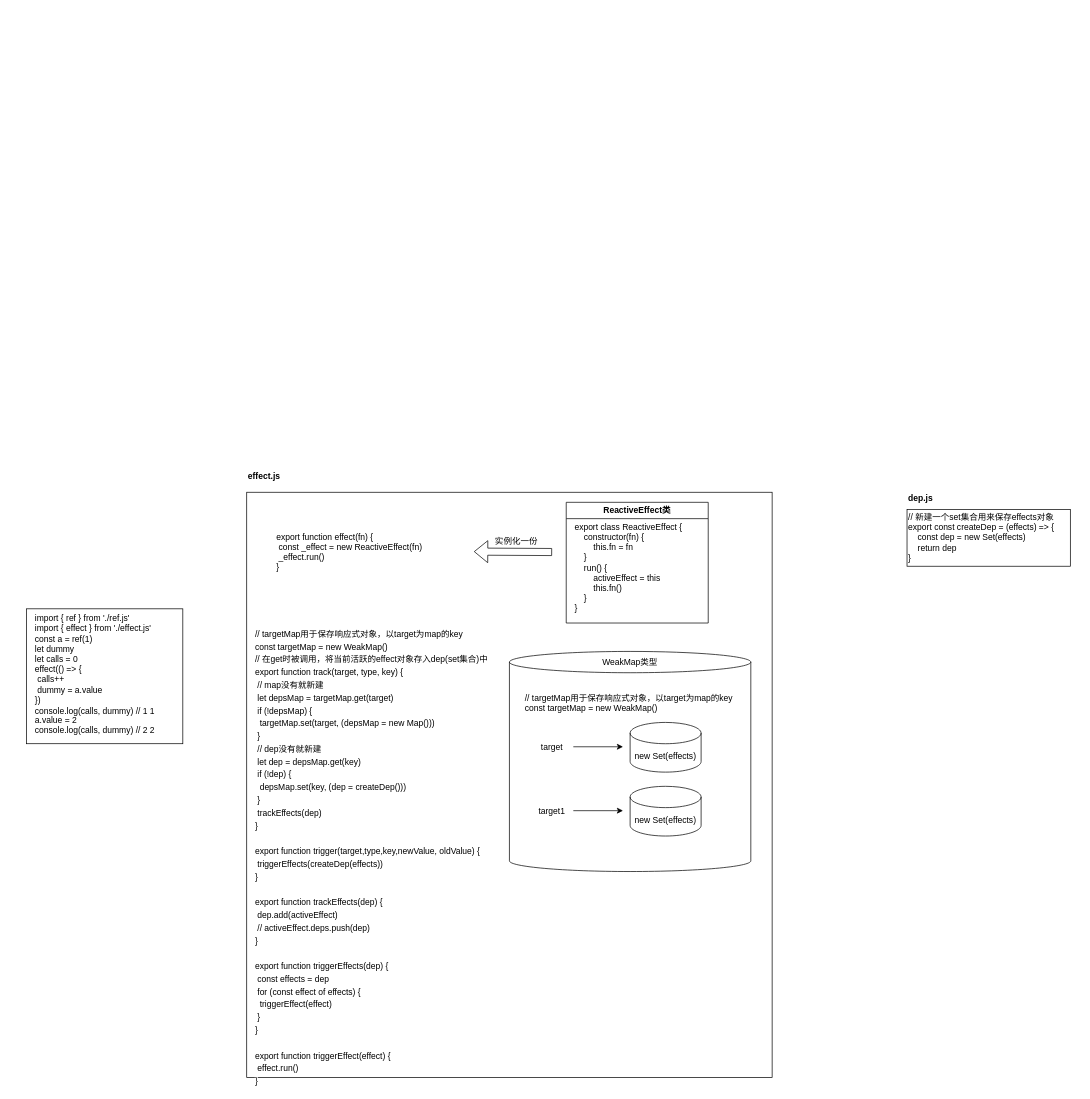
Above: reactivity/Untitled Diagram.drawio in hu-ke/vue-sourcecode-analyze (draw.io), before the change. Source tidied: cells renumbered, new cells numbered last; positions are measured from the earlier drawing's top-left corner, leaving out a move shared by most shapes. Both pictures are drawn from the tidied source at 71%, with x=0, y=0 at pixel (26, 459).
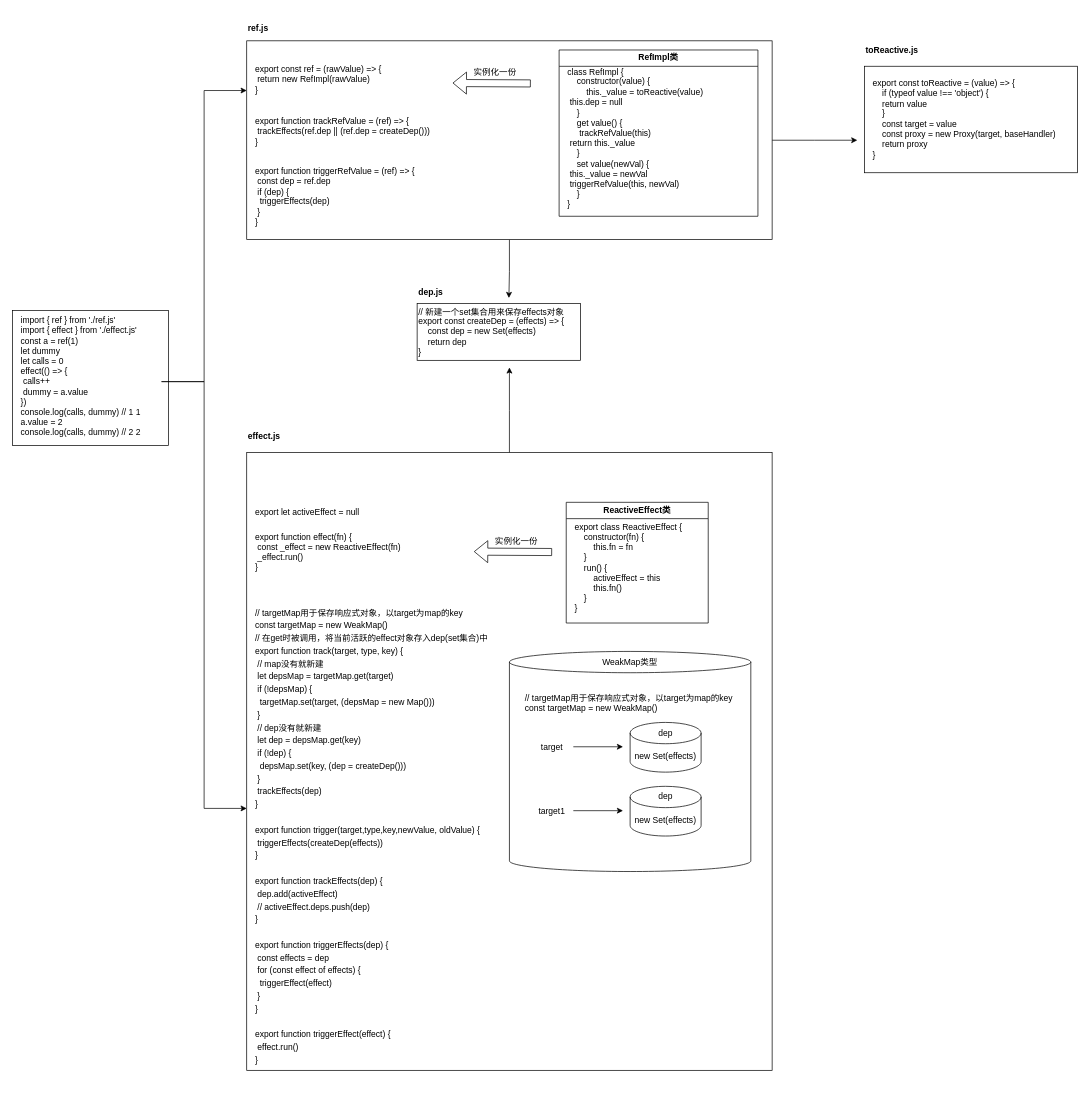
The same page after the edit.

The change refers to these unchanged cells:
```xml
<mxCell id="8" value="&lt;div data-lake_diagram_content_editor_data=&quot;true&quot;&gt;&lt;div&gt;// 新建一个set集合用来保存effects对象&lt;/div&gt;export const createDep = (effects) =&amp;gt; {&lt;div&gt;&amp;nbsp; &amp;nbsp; const dep = new Set(effects)&lt;/div&gt;&lt;div&gt;&amp;nbsp; &amp;nbsp; return dep&lt;/div&gt;&lt;div&gt;}&lt;/div&gt;&lt;/div&gt;" style="text;strokeColor=none;align=left;fillColor=none;html=1;verticalAlign=middle;whiteSpace=wrap;rounded=0;" parent="7" vertex="1">
  <mxGeometry y="30" width="230" height="80" as="geometry" />
</mxCell>
<mxCell id="19" style="group;" parent="17" vertex="1">
  <mxGeometry x="10" y="100" width="240" height="70" as="geometry" />
</mxCell>
<mxCell id="23" style="group;" parent="17" vertex="1">
  <mxGeometry x="10" y="190" width="240" height="70" as="geometry" />
</mxCell>
```

What changed in the source:
```diff
@@
+    <mxCell id="31" style="edgeStyle=orthogonalEdgeStyle;rounded=0;jettySize=auto;html=1;fontFamily=Helvetica;fontColor=#000000;" parent="1" edge="1" source="2">
+      <mxGeometry relative="1" as="geometry">
+        <mxPoint x="680" y="-130" as="targetPoint" />
+      </mxGeometry>
+    </mxCell>
     <mxCell id="2" style="rounded=0;whiteSpace=wrap;html=1;" parent="1" vertex="1">
-      <mxGeometry x="310" y="45.8" width="740" height="824.2" as="geometry" />
+      <mxGeometry x="310" y="-10" width="740" height="870" as="geometry" />
     </mxCell>
     <mxCell id="3" value="effect.js" style="text;strokeColor=none;align=left;fillColor=none;html=1;verticalAlign=middle;whiteSpace=wrap;rounded=0;fontStyle=1;" parent="1" vertex="1">
-      <mxGeometry x="310" width="87" height="45.8" as="geometry" />
+      <mxGeometry x="310" y="-55.8" width="87" height="45.8" as="geometry" />
     </mxCell>
     <mxCell id="4" style="group;" parent="1" vertex="1">
-      <mxGeometry x="1240" y="40" width="230" height="110" as="geometry" />
+      <mxGeometry x="550" y="-250" width="230" height="110" as="geometry" />
     </mxCell>
@@
     <mxCell id="10" value="&lt;div style=&quot;line-height: 18px;&quot;&gt;&lt;span style=&quot;background-color: rgb(255, 255, 255);&quot;&gt;// targetMap用于保存响应式对象，以target为map的key&lt;br&gt;&lt;/span&gt;&lt;div style=&quot;&quot;&gt;&lt;span style=&quot;background-color: rgb(255, 255, 255);&quot;&gt;const targetMap = new WeakMap()&lt;/span&gt;&lt;/div&gt;&lt;div style=&quot;&quot;&gt;&lt;span style=&quot;background-color: rgb(255, 255, 255);&quot;&gt;// 在get时被调用，将当前活跃的effect对象存入dep(set集合)中&lt;/span&gt;&lt;/div&gt;&lt;div style=&quot;&quot;&gt;&lt;span style=&quot;background-color: rgb(255, 255, 255);&quot;&gt;export function track(target, type, key) {&lt;/span&gt;&lt;/div&gt;&lt;div style=&quot;&quot;&gt;&lt;span style=&quot;background-color: rgb(255, 255, 255);&quot;&gt;&lt;span style=&quot;white-space: pre;&quot;&gt; &lt;/span&gt;// map没有就新建&lt;br&gt;&lt;/span&gt;&lt;/div&gt;&lt;div style=&quot;&quot;&gt;    &lt;span style=&quot;background-color: rgb(255, 255, 255);&quot;&gt;&lt;span style=&quot;white-space: pre;&quot;&gt; &lt;/span&gt;let depsMap = targetMap.get(target)&lt;/span&gt;&lt;/div&gt;&lt;div style=&quot;&quot;&gt;    &lt;span style=&quot;background-color: rgb(255, 255, 255);&quot;&gt;&lt;span style=&quot;white-space: pre;&quot;&gt; &lt;/span&gt;if (!depsMap) {&lt;/span&gt;&lt;/div&gt;&lt;div style=&quot;&quot;&gt;        &lt;span style=&quot;background-color: rgb(255, 255, 255);&quot;&gt;&lt;span style=&quot;white-space: pre;&quot;&gt; &lt;/span&gt;&lt;span style=&quot;white-space: pre;&quot;&gt; &lt;/span&gt;targetMap.set(target, (depsMap = new Map()))&lt;/span&gt;&lt;/div&gt;&lt;div style=&quot;&quot;&gt;&lt;span style=&quot;background-color: rgb(255, 255, 255);&quot;&gt;    &lt;span style=&quot;white-space: pre;&quot;&gt; &lt;/span&gt;}&lt;/span&gt;&lt;/div&gt;&lt;div style=&quot;&quot;&gt;&lt;span style=&quot;background-color: rgb(255, 255, 255);&quot;&gt;&lt;span style=&quot;white-space: pre;&quot;&gt; &lt;/span&gt;// dep没有就新建&lt;/span&gt;&lt;/div&gt;&lt;div style=&quot;&quot;&gt;    &lt;span style=&quot;background-color: rgb(255, 255, 255);&quot;&gt;&lt;span style=&quot;white-space: pre;&quot;&gt; &lt;/span&gt;let dep = depsMap.get(key)&lt;/span&gt;&lt;/div&gt;&lt;div style=&quot;&quot;&gt;    &lt;span style=&quot;background-color: rgb(255, 255, 255);&quot;&gt;&lt;span style=&quot;white-space: pre;&quot;&gt; &lt;/span&gt;if (!dep) {&lt;/span&gt;&lt;/div&gt;&lt;div style=&quot;&quot;&gt;        &lt;span style=&quot;background-color: rgb(255, 255, 255);&quot;&gt;&lt;span style=&quot;white-space: pre;&quot;&gt; &lt;/span&gt;&lt;span style=&quot;white-space: pre;&quot;&gt; &lt;/span&gt;depsMap.set(key, (dep = createDep()))&lt;/span&gt;&lt;/div&gt;&lt;div style=&quot;&quot;&gt;&lt;span style=&quot;background-color: rgb(255, 255, 255);&quot;&gt;    &lt;span style=&quot;white-space: pre;&quot;&gt; &lt;/span&gt;}&lt;/span&gt;&lt;/div&gt;&lt;div style=&quot;&quot;&gt;    &lt;span style=&quot;background-color: rgb(255, 255, 255);&quot;&gt;&lt;span style=&quot;white-space: pre;&quot;&gt; &lt;/span&gt;trackEffects(dep)&lt;/span&gt;&lt;/div&gt;&lt;div style=&quot;&quot;&gt;&lt;span style=&quot;background-color: rgb(255, 255, 255);&quot;&gt;}&lt;/span&gt;&lt;/div&gt;&lt;span style=&quot;background-color: rgb(255, 255, 255);&quot;&gt;&lt;br&gt;&lt;/span&gt;&lt;div style=&quot;&quot;&gt;&lt;span style=&quot;background-color: rgb(255, 255, 255);&quot;&gt;export function trigger(target,type,key,newValue, oldValue) {&lt;/span&gt;&lt;/div&gt;&lt;div style=&quot;&quot;&gt;    &lt;span style=&quot;background-color: rgb(255, 255, 255);&quot;&gt;&lt;span style=&quot;white-space: pre;&quot;&gt; &lt;/span&gt;triggerEffects(createDep(effects))&lt;/span&gt;&lt;/div&gt;&lt;div style=&quot;&quot;&gt;&lt;span style=&quot;background-color: rgb(255, 255, 255);&quot;&gt;}&lt;/span&gt;&lt;/div&gt;&lt;span style=&quot;background-color: rgb(255, 255, 255);&quot;&gt;&lt;br&gt;&lt;/span&gt;&lt;div style=&quot;&quot;&gt;&lt;span style=&quot;background-color: rgb(255, 255, 255);&quot;&gt;export function trackEffects(dep) {&lt;/span&gt;&lt;/div&gt;&lt;div style=&quot;&quot;&gt;    &lt;span style=&quot;background-color: rgb(255, 255, 255);&quot;&gt;&lt;span style=&quot;white-space: pre;&quot;&gt; &lt;/span&gt;dep.add(activeEffect)&lt;/span&gt;&lt;/div&gt;&lt;div style=&quot;&quot;&gt;    &lt;span style=&quot;background-color: rgb(255, 255, 255);&quot;&gt;&lt;span style=&quot;white-space: pre;&quot;&gt; &lt;/span&gt;// activeEffect.deps.push(dep)&lt;/span&gt;&lt;/div&gt;&lt;div style=&quot;&quot;&gt;&lt;span style=&quot;background-color: rgb(255, 255, 255);&quot;&gt;}&lt;/span&gt;&lt;/div&gt;&lt;span style=&quot;background-color: rgb(255, 255, 255);&quot;&gt;&lt;br&gt;&lt;/span&gt;&lt;div style=&quot;&quot;&gt;&lt;span style=&quot;background-color: rgb(255, 255, 255);&quot;&gt;export function triggerEffects(dep) {&lt;/span&gt;&lt;/div&gt;&lt;div style=&quot;&quot;&gt;    &lt;span style=&quot;background-color: rgb(255, 255, 255);&quot;&gt;&lt;span style=&quot;white-space: pre;&quot;&gt; &lt;/span&gt;const effects = dep&lt;/span&gt;&lt;/div&gt;&lt;div style=&quot;&quot;&gt;    &lt;span style=&quot;background-color: rgb(255, 255, 255);&quot;&gt;&lt;span style=&quot;white-space: pre;&quot;&gt; &lt;/span&gt;for (const effect of effects) {&lt;/span&gt;&lt;/div&gt;&lt;div style=&quot;&quot;&gt;        &lt;span style=&quot;background-color: rgb(255, 255, 255);&quot;&gt;&lt;span style=&quot;white-space: pre;&quot;&gt; &lt;/span&gt;&lt;span style=&quot;white-space: pre;&quot;&gt; &lt;/span&gt;triggerEffect(effect)&lt;/span&gt;&lt;/div&gt;&lt;div style=&quot;&quot;&gt;&lt;span style=&quot;background-color: rgb(255, 255, 255);&quot;&gt;    &lt;span style=&quot;white-space: pre;&quot;&gt; &lt;/span&gt;}&lt;/span&gt;&lt;/div&gt;&lt;div style=&quot;&quot;&gt;&lt;span style=&quot;background-color: rgb(255, 255, 255);&quot;&gt;}&lt;/span&gt;&lt;/div&gt;&lt;span style=&quot;background-color: rgb(255, 255, 255);&quot;&gt;&lt;br&gt;&lt;/span&gt;&lt;div style=&quot;&quot;&gt;&lt;span style=&quot;background-color: rgb(255, 255, 255);&quot;&gt;export function triggerEffect(effect) {&lt;/span&gt;&lt;/div&gt;&lt;div style=&quot;&quot;&gt;    &lt;span style=&quot;background-color: rgb(255, 255, 255);&quot;&gt;&lt;span style=&quot;white-space: pre;&quot;&gt; &lt;/span&gt;effect.run()&lt;/span&gt;&lt;/div&gt;&lt;div style=&quot;&quot;&gt;&lt;span style=&quot;background-color: rgb(255, 255, 255);&quot;&gt;}&lt;/span&gt;&lt;/div&gt;&lt;/div&gt;" style="text;strokeColor=none;align=left;fillColor=none;html=1;verticalAlign=middle;whiteSpace=wrap;rounded=0;" parent="1" vertex="1">
-      <mxGeometry x="320" y="260" width="330" height="600" as="geometry" />
+      <mxGeometry x="320" y="230" width="330" height="600" as="geometry" />
     </mxCell>
-    <mxCell id="11" style="rounded=0;whiteSpace=wrap;html=1;labelBackgroundColor=#FFFFFF;fontFamily=Helvetica;fontColor=#000000;" parent="1" vertex="1">
-      <mxGeometry y="210" width="220" height="190" as="geometry" />
-    </mxCell>
-    <mxCell id="12" value="import { ref } from './ref.js'&amp;nbsp;&lt;br&gt;import { effect } from './effect.js'&lt;br&gt;const a = ref(1)&lt;br&gt;let dummy&lt;br&gt;let calls = 0&lt;br&gt;effect(() =&amp;gt; {&lt;br&gt;&lt;span style=&quot;white-space: pre;&quot;&gt; &lt;/span&gt;calls++&lt;br&gt;&lt;span style=&quot;white-space: pre;&quot;&gt; &lt;/span&gt;dummy = a.value&lt;br&gt;})&lt;br&gt;console.log(calls, dummy) // 1 1&lt;br&gt;a.value = 2&lt;br&gt;console.log(calls, dummy) // 2 2" style="text;html=1;strokeColor=none;fillColor=none;align=left;verticalAlign=top;whiteSpace=wrap;rounded=0;fontFamily=Helvetica;fontColor=#000000;horizontal=1;" parent="1" vertex="1">
-      <mxGeometry x="10" y="210" width="200" height="200" as="geometry" />
-    </mxCell>
@@
+    <mxCell id="32" value="dep" style="text;html=1;strokeColor=none;fillColor=none;align=center;verticalAlign=middle;whiteSpace=wrap;rounded=0;fontFamily=Helvetica;fontColor=#000000;" parent="19" vertex="1">
+      <mxGeometry x="160" width="60" height="30" as="geometry" />
+    </mxCell>
@@
+    <mxCell id="33" value="dep" style="text;html=1;strokeColor=none;fillColor=none;align=center;verticalAlign=middle;whiteSpace=wrap;rounded=0;fontFamily=Helvetica;fontColor=#000000;" parent="23" vertex="1">
+      <mxGeometry x="160" width="60" height="30" as="geometry" />
+    </mxCell>
@@
     <mxCell id="28" value="export function effect(fn) {&lt;br&gt;&lt;span style=&quot;white-space: pre;&quot;&gt; &lt;/span&gt;const _effect = new ReactiveEffect(fn)&lt;br&gt;&lt;span style=&quot;white-space: pre;&quot;&gt; &lt;/span&gt;_effect.run()&lt;br&gt;}" style="text;html=1;strokeColor=none;fillColor=none;align=left;verticalAlign=middle;whiteSpace=wrap;rounded=0;fontFamily=Helvetica;fontColor=#000000;" parent="1" vertex="1">
-      <mxGeometry x="350" y="100" width="303" height="60" as="geometry" />
+      <mxGeometry x="320" y="100" width="303" height="60" as="geometry" />
     </mxCell>
@@
+    <mxCell id="34" value="export let activeEffect = null" style="text;html=1;strokeColor=none;fillColor=none;align=left;verticalAlign=middle;whiteSpace=wrap;rounded=0;fontFamily=Helvetica;fontColor=#000000;" parent="1" vertex="1">
+      <mxGeometry x="320" y="60" width="190" height="30" as="geometry" />
+    </mxCell>
+    <mxCell id="35" style="group;" parent="1" vertex="1">
+      <mxGeometry x="-20" y="-210" width="220" height="200" as="geometry" />
+    </mxCell>
+    <mxCell id="11" style="rounded=0;whiteSpace=wrap;html=1;labelBackgroundColor=#FFFFFF;fontFamily=Helvetica;fontColor=#000000;" parent="35" vertex="1">
+      <mxGeometry width="220" height="190" as="geometry" />
+    </mxCell>
+    <mxCell id="12" value="import { ref } from './ref.js'&amp;nbsp;&lt;br&gt;import { effect } from './effect.js'&lt;br&gt;const a = ref(1)&lt;br&gt;let dummy&lt;br&gt;let calls = 0&lt;br&gt;effect(() =&amp;gt; {&lt;br&gt;&lt;span style=&quot;white-space: pre;&quot;&gt; &lt;/span&gt;calls++&lt;br&gt;&lt;span style=&quot;white-space: pre;&quot;&gt; &lt;/span&gt;dummy = a.value&lt;br&gt;})&lt;br&gt;console.log(calls, dummy) // 1 1&lt;br&gt;a.value = 2&lt;br&gt;console.log(calls, dummy) // 2 2" style="text;html=1;strokeColor=none;fillColor=none;align=left;verticalAlign=top;whiteSpace=wrap;rounded=0;fontFamily=Helvetica;fontColor=#000000;horizontal=1;" parent="35" vertex="1">
+      <mxGeometry x="10" width="200" height="200" as="geometry" />
+    </mxCell>
+    <mxCell id="36" style="edgeStyle=orthogonalEdgeStyle;rounded=0;jettySize=auto;html=1;entryX=0.562;entryY=-0.097;entryDx=0;entryDy=0;entryPerimeter=0;fontFamily=Helvetica;fontColor=#000000;" parent="1" edge="1" source="38" target="8">
+      <mxGeometry relative="1" as="geometry" />
+    </mxCell>
+    <mxCell id="37" style="edgeStyle=orthogonalEdgeStyle;rounded=0;jettySize=auto;html=1;fontFamily=Helvetica;fontColor=#000000;" parent="1" edge="1" source="38">
+      <mxGeometry relative="1" as="geometry">
+        <mxPoint x="1170" y="-450" as="targetPoint" />
+      </mxGeometry>
+    </mxCell>
+    <mxCell id="38" style="rounded=0;whiteSpace=wrap;html=1;labelBackgroundColor=#FFFFFF;fontFamily=Helvetica;fontColor=#000000;" parent="1" vertex="1">
+      <mxGeometry x="310" y="-590" width="740" height="280" as="geometry" />
+    </mxCell>
+    <mxCell id="39" value="ref.js" style="text;strokeColor=none;align=left;fillColor=none;html=1;verticalAlign=middle;whiteSpace=wrap;rounded=0;fontStyle=1;" parent="1" vertex="1">
+      <mxGeometry x="310" y="-630" width="87" height="45.8" as="geometry" />
+    </mxCell>
+    <mxCell id="40" value="RefImpl类" style="swimlane;whiteSpace=wrap;html=1;labelBackgroundColor=#FFFFFF;fontFamily=Helvetica;fontColor=#000000;" parent="1" vertex="1">
+      <mxGeometry x="750" y="-577.1" width="280" height="234.2" as="geometry" />
+    </mxCell>
+    <mxCell id="41" value="&lt;div data-lake_diagram_content_editor_data=&quot;true&quot;&gt;&lt;div data-lake_diagram_content_editor_data=&quot;true&quot;&gt;&lt;span style=&quot;background-color: initial;&quot;&gt;class RefImpl {&lt;/span&gt;&lt;/div&gt;&lt;/div&gt;&lt;div data-lake_diagram_content_editor_data=&quot;true&quot;&gt;&lt;div&gt;&amp;nbsp; &amp;nbsp; constructor(value) {&lt;/div&gt;&lt;div&gt;&amp;nbsp; &amp;nbsp; &amp;nbsp; &amp;nbsp; this._value = toReactive(value)&lt;/div&gt;&lt;div&gt;&lt;span style=&quot;white-space: pre;&quot;&gt; &lt;/span&gt;this.dep = null&lt;br&gt;&lt;/div&gt;&lt;div&gt;&amp;nbsp; &amp;nbsp; }&lt;/div&gt;&lt;div&gt;&amp;nbsp; &amp;nbsp; get value() {&lt;/div&gt;&lt;div&gt;&amp;nbsp; &amp;nbsp;&amp;nbsp;&lt;span style=&quot;white-space: pre;&quot;&gt; &lt;/span&gt;trackRefValue(this)&lt;/div&gt;&lt;div&gt;&lt;span style=&quot;white-space: pre;&quot;&gt; &lt;/span&gt;return this._value&lt;br&gt;&lt;/div&gt;&lt;div&gt;&amp;nbsp; &amp;nbsp; }&lt;/div&gt;&lt;div&gt;&amp;nbsp; &amp;nbsp; set value(newVal) {&lt;/div&gt;&lt;div&gt;&lt;span style=&quot;white-space: pre;&quot;&gt; &lt;/span&gt;this._value = newVal&lt;br&gt;&lt;/div&gt;&lt;div&gt;&lt;span style=&quot;white-space: pre;&quot;&gt; &lt;/span&gt;triggerRefValue(this, newVal)&lt;br&gt;&lt;/div&gt;&lt;div&gt;&amp;nbsp; &amp;nbsp; }&lt;/div&gt;&lt;div&gt;}&lt;/div&gt;&lt;/div&gt;" style="text;strokeColor=none;align=left;fillColor=none;html=1;verticalAlign=top;whiteSpace=wrap;rounded=0;" parent="40" vertex="1">
+      <mxGeometry x="10" y="17.1" width="250" height="208.9" as="geometry" />
+    </mxCell>
+    <mxCell id="42" value="export const ref = (rawValue) =&amp;gt; {&lt;br&gt;&lt;span style=&quot;white-space: pre;&quot;&gt; &lt;/span&gt;return new RefImpl(rawValue)&lt;br&gt;}" style="text;html=1;strokeColor=none;fillColor=none;align=left;verticalAlign=middle;whiteSpace=wrap;rounded=0;fontFamily=Helvetica;fontColor=#000000;" parent="1" vertex="1">
+      <mxGeometry x="320" y="-570" width="320" height="70" as="geometry" />
+    </mxCell>
+    <mxCell id="43" value="export function trackRefValue = (ref) =&amp;gt; {&lt;br&gt;&lt;span style=&quot;white-space: pre;&quot;&gt; &lt;/span&gt;trackEffects(ref.dep || (ref.dep = createDep()))&lt;br&gt;}" style="text;html=1;strokeColor=none;fillColor=none;align=left;verticalAlign=top;whiteSpace=wrap;rounded=0;fontFamily=Helvetica;fontColor=#000000;" parent="1" vertex="1">
+      <mxGeometry x="320" y="-490" width="310" height="60" as="geometry" />
+    </mxCell>
+    <mxCell id="44" value="export function triggerRefValue = (ref) =&amp;gt; {&lt;br&gt;&lt;span style=&quot;white-space: pre;&quot;&gt; &lt;/span&gt;const dep = ref.dep&lt;br&gt;&lt;span style=&quot;white-space: pre;&quot;&gt; &lt;/span&gt;if (dep) {&lt;br&gt;&lt;span style=&quot;white-space: pre;&quot;&gt; &lt;/span&gt;&lt;span style=&quot;white-space: pre;&quot;&gt; &lt;/span&gt;triggerEffects(dep)&lt;br&gt;&lt;span style=&quot;white-space: pre;&quot;&gt; &lt;/span&gt;}&lt;br&gt;}" style="text;html=1;strokeColor=none;fillColor=none;align=left;verticalAlign=top;whiteSpace=wrap;rounded=0;fontFamily=Helvetica;fontColor=#000000;" parent="1" vertex="1">
+      <mxGeometry x="320" y="-420" width="410" height="60" as="geometry" />
+    </mxCell>
+    <mxCell id="45" style="group;" parent="1" vertex="1">
+      <mxGeometry x="600" y="-560" width="110" height="30" as="geometry" />
+    </mxCell>
+    <mxCell id="46" style="shape=flexArrow;endArrow=classic;html=1;rounded=0;fontFamily=Helvetica;fontColor=#000000;exitX=1;exitY=1;exitDx=0;exitDy=0;" parent="45" edge="1" source="47">
+      <mxGeometry relative="1" as="geometry">
+        <mxPoint y="29.4" as="targetPoint" />
+      </mxGeometry>
+    </mxCell>
+    <mxCell id="47" value="实例化一份" style="text;html=1;strokeColor=none;fillColor=none;align=center;verticalAlign=middle;whiteSpace=wrap;rounded=0;fontFamily=Helvetica;fontColor=#000000;" parent="45" vertex="1">
+      <mxGeometry x="10" width="100" height="30" as="geometry" />
+    </mxCell>
+    <mxCell id="48" style="group;" parent="1" vertex="1">
+      <mxGeometry x="1180" y="-600" width="300" height="195.8" as="geometry" />
+    </mxCell>
+    <mxCell id="49" style="rounded=0;whiteSpace=wrap;html=1;labelBackgroundColor=#FFFFFF;fontFamily=Helvetica;fontColor=#000000;" parent="48" vertex="1">
+      <mxGeometry y="45.8" width="300" height="150" as="geometry" />
+    </mxCell>
+    <mxCell id="50" value="toReactive.js" style="text;strokeColor=none;align=left;fillColor=none;html=1;verticalAlign=middle;whiteSpace=wrap;rounded=0;fontStyle=1;" parent="48" vertex="1">
+      <mxGeometry width="87" height="45.8" as="geometry" />
+    </mxCell>
+    <mxCell id="51" value="export const toReactive = (value) =&amp;gt; {&lt;br&gt;&amp;nbsp; &amp;nbsp; if (typeof value !== 'object') {&lt;br&gt;&amp;nbsp; &amp;nbsp;&lt;span style=&quot;white-space: pre;&quot;&gt; &lt;/span&gt;return value&lt;br&gt;&amp;nbsp; &amp;nbsp; }&lt;br&gt;&amp;nbsp; &amp;nbsp; const target = value&lt;br&gt;&amp;nbsp; &amp;nbsp; const proxy = new Proxy(target, baseHandler)&lt;br&gt;&amp;nbsp; &amp;nbsp; return proxy&lt;br&gt;}" style="text;html=1;strokeColor=none;fillColor=none;align=left;verticalAlign=top;whiteSpace=wrap;rounded=0;fontFamily=Helvetica;fontColor=#000000;" parent="48" vertex="1">
+      <mxGeometry x="10" y="55.8" width="270" height="130" as="geometry" />
+    </mxCell>
+    <mxCell id="52" style="edgeStyle=orthogonalEdgeStyle;rounded=0;jettySize=auto;html=1;entryX=0;entryY=0.25;entryDx=0;entryDy=0;fontFamily=Helvetica;fontColor=#000000;" parent="1" edge="1" source="12" target="38">
+      <mxGeometry relative="1" as="geometry" />
+    </mxCell>
+    <mxCell id="53" style="edgeStyle=orthogonalEdgeStyle;rounded=0;jettySize=auto;html=1;entryX=0;entryY=0.576;entryDx=0;entryDy=0;entryPerimeter=0;fontFamily=Helvetica;fontColor=#000000;" parent="1" edge="1" source="12" target="2">
+      <mxGeometry relative="1" as="geometry" />
+    </mxCell>
```
